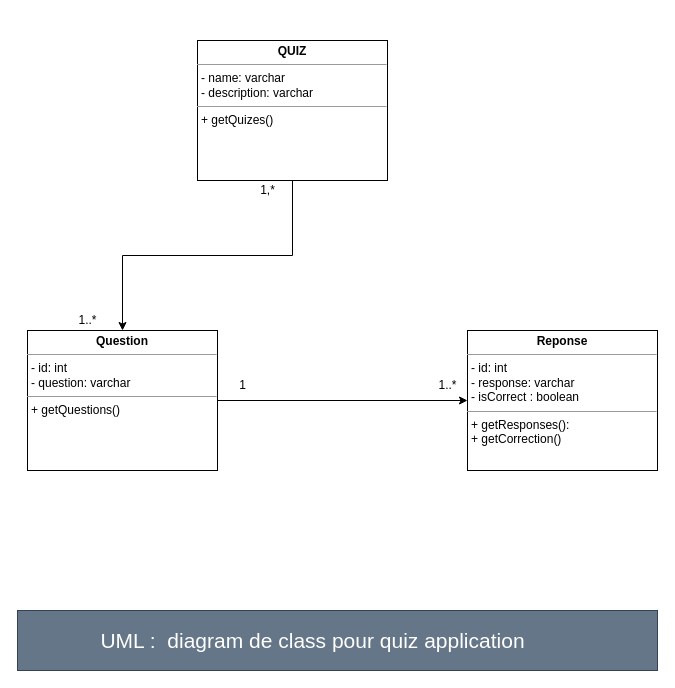
Before: UML/aws-quiziz-uml.drawio in mounirelbakkali1/aws-quiziz, a draw.io diagram. Source tidied: cells renumbered, new cells numbered last; positions are measured from the earlier drawing's top-left corner, leaving out a move shared by most shapes. Both pictures are drawn from the tidied source at 100%, with x=0, y=0 at pixel (17, 40).
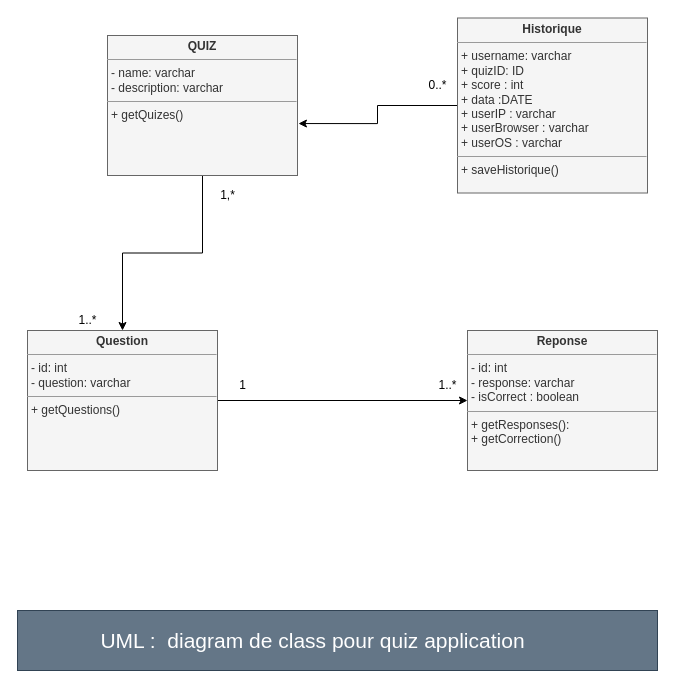
After the change.

Commit message (it also covers changes not shown here):
added historique of quizes passed

The edit, as a diff of the source:
```diff
@@
 <mxGraphModel>
   <root>
     <mxCell id="0" />
     <mxCell id="1" parent="0" />
-    <mxCell id="2" style="edgeStyle=orthogonalEdgeStyle;rounded=0;jettySize=auto;html=1;" parent="1" edge="1" source="3" target="5">
+    <mxCell id="2" style="edgeStyle=orthogonalEdgeStyle;rounded=0;jettySize=auto;html=1;entryX=0.5;entryY=0;entryDx=0;entryDy=0;" parent="1" edge="1" source="3" target="5">
       <mxGeometry relative="1" as="geometry" />
     </mxCell>
-    <mxCell id="3" value="&lt;p style=&quot;margin:0px;margin-top:4px;text-align:center;&quot;&gt;&lt;b&gt;QUIZ&lt;/b&gt;&lt;/p&gt;&lt;hr size=&quot;1&quot;&gt;&lt;p style=&quot;margin:0px;margin-left:4px;&quot;&gt;- name: varchar&lt;/p&gt;&lt;p style=&quot;margin:0px;margin-left:4px;&quot;&gt;&lt;span style=&quot;background-color: initial;&quot;&gt;- description: varchar&lt;/span&gt;&lt;/p&gt;&lt;hr size=&quot;1&quot;&gt;&lt;p style=&quot;margin:0px;margin-left:4px;&quot;&gt;+ getQuizes()&lt;br&gt;&lt;br&gt;&lt;/p&gt;" style="verticalAlign=top;align=left;overflow=fill;fontSize=12;fontFamily=Helvetica;html=1;rounded=0;shadow=0;comic=0;labelBackgroundColor=none;strokeWidth=1;" parent="1" vertex="1">
-      <mxGeometry x="180" width="190" height="140" as="geometry" />
+    <mxCell id="3" value="&lt;p style=&quot;margin:0px;margin-top:4px;text-align:center;&quot;&gt;&lt;b&gt;QUIZ&lt;/b&gt;&lt;/p&gt;&lt;hr size=&quot;1&quot;&gt;&lt;p style=&quot;margin:0px;margin-left:4px;&quot;&gt;- name: varchar&lt;/p&gt;&lt;p style=&quot;margin:0px;margin-left:4px;&quot;&gt;&lt;span style=&quot;background-color: initial;&quot;&gt;- description: varchar&lt;/span&gt;&lt;/p&gt;&lt;hr size=&quot;1&quot;&gt;&lt;p style=&quot;margin:0px;margin-left:4px;&quot;&gt;+ getQuizes()&lt;br&gt;&lt;br&gt;&lt;/p&gt;" style="verticalAlign=top;align=left;overflow=fill;fontSize=12;fontFamily=Helvetica;html=1;rounded=0;shadow=0;comic=0;labelBackgroundColor=none;strokeWidth=1;fillColor=#f5f5f5;strokeColor=#666666;fontColor=#333333;" parent="1" vertex="1">
+      <mxGeometry x="90" y="-5" width="190" height="140" as="geometry" />
     </mxCell>
     <mxCell id="4" style="edgeStyle=orthogonalEdgeStyle;rounded=0;jettySize=auto;html=1;" parent="1" edge="1" source="5" target="6">
       <mxGeometry relative="1" as="geometry" />
     </mxCell>
-    <mxCell id="5" value="&lt;p style=&quot;margin:0px;margin-top:4px;text-align:center;&quot;&gt;&lt;b&gt;Question&lt;/b&gt;&lt;/p&gt;&lt;hr size=&quot;1&quot;&gt;&lt;p style=&quot;margin:0px;margin-left:4px;&quot;&gt;- id: int&lt;/p&gt;&lt;p style=&quot;margin:0px;margin-left:4px;&quot;&gt;&lt;span style=&quot;background-color: initial;&quot;&gt;- question: varchar&lt;/span&gt;&lt;/p&gt;&lt;hr size=&quot;1&quot;&gt;&lt;p style=&quot;margin:0px;margin-left:4px;&quot;&gt;+ getQuestions()&lt;br&gt;&lt;br&gt;&lt;/p&gt;" style="verticalAlign=top;align=left;overflow=fill;fontSize=12;fontFamily=Helvetica;html=1;rounded=0;shadow=0;comic=0;labelBackgroundColor=none;strokeWidth=1;" parent="1" vertex="1">
+    <mxCell id="5" value="&lt;p style=&quot;margin:0px;margin-top:4px;text-align:center;&quot;&gt;&lt;b&gt;Question&lt;/b&gt;&lt;/p&gt;&lt;hr size=&quot;1&quot;&gt;&lt;p style=&quot;margin:0px;margin-left:4px;&quot;&gt;- id: int&lt;/p&gt;&lt;p style=&quot;margin:0px;margin-left:4px;&quot;&gt;&lt;span style=&quot;background-color: initial;&quot;&gt;- question: varchar&lt;/span&gt;&lt;/p&gt;&lt;hr size=&quot;1&quot;&gt;&lt;p style=&quot;margin:0px;margin-left:4px;&quot;&gt;+ getQuestions()&lt;br&gt;&lt;br&gt;&lt;/p&gt;" style="verticalAlign=top;align=left;overflow=fill;fontSize=12;fontFamily=Helvetica;html=1;rounded=0;shadow=0;comic=0;labelBackgroundColor=none;strokeWidth=1;fillColor=#f5f5f5;fontColor=#333333;strokeColor=#666666;" parent="1" vertex="1">
       <mxGeometry x="10" y="290" width="190" height="140" as="geometry" />
     </mxCell>
-    <mxCell id="6" value="&lt;p style=&quot;margin:0px;margin-top:4px;text-align:center;&quot;&gt;&lt;b&gt;Reponse&lt;/b&gt;&lt;/p&gt;&lt;hr size=&quot;1&quot;&gt;&lt;p style=&quot;margin:0px;margin-left:4px;&quot;&gt;- id: int&lt;/p&gt;&lt;p style=&quot;margin:0px;margin-left:4px;&quot;&gt;&lt;span style=&quot;background-color: initial;&quot;&gt;- response: varchar&lt;/span&gt;&lt;/p&gt;&lt;p style=&quot;margin:0px;margin-left:4px;&quot;&gt;&lt;span style=&quot;background-color: initial;&quot;&gt;- isCorrect : boolean&lt;/span&gt;&lt;/p&gt;&lt;hr size=&quot;1&quot;&gt;&lt;p style=&quot;margin:0px;margin-left:4px;&quot;&gt;+ getResponses():&lt;br&gt;+ getCorrection()&lt;/p&gt;" style="verticalAlign=top;align=left;overflow=fill;fontSize=12;fontFamily=Helvetica;html=1;rounded=0;shadow=0;comic=0;labelBackgroundColor=none;strokeWidth=1;" parent="1" vertex="1">
+    <mxCell id="6" value="&lt;p style=&quot;margin:0px;margin-top:4px;text-align:center;&quot;&gt;&lt;b&gt;Reponse&lt;/b&gt;&lt;/p&gt;&lt;hr size=&quot;1&quot;&gt;&lt;p style=&quot;margin:0px;margin-left:4px;&quot;&gt;- id: int&lt;/p&gt;&lt;p style=&quot;margin:0px;margin-left:4px;&quot;&gt;&lt;span style=&quot;background-color: initial;&quot;&gt;- response: varchar&lt;/span&gt;&lt;/p&gt;&lt;p style=&quot;margin:0px;margin-left:4px;&quot;&gt;&lt;span style=&quot;background-color: initial;&quot;&gt;- isCorrect : boolean&lt;/span&gt;&lt;/p&gt;&lt;hr size=&quot;1&quot;&gt;&lt;p style=&quot;margin:0px;margin-left:4px;&quot;&gt;+ getResponses():&lt;br&gt;+ getCorrection()&lt;/p&gt;" style="verticalAlign=top;align=left;overflow=fill;fontSize=12;fontFamily=Helvetica;html=1;rounded=0;shadow=0;comic=0;labelBackgroundColor=none;strokeWidth=1;fillColor=#f5f5f5;fontColor=#333333;strokeColor=#666666;" parent="1" vertex="1">
       <mxGeometry x="450" y="290" width="190" height="140" as="geometry" />
     </mxCell>
     <mxCell id="7" value="1,*&lt;br&gt;" style="text;html=1;align=center;verticalAlign=middle;strokeColor=none;fillColor=none;" parent="1" vertex="1">
-      <mxGeometry x="230" y="135" width="40" height="30" as="geometry" />
+      <mxGeometry x="190" y="140" width="40" height="30" as="geometry" />
     </mxCell>
     <mxCell id="8" value="1" style="text;html=1;align=center;verticalAlign=middle;strokeColor=none;fillColor=none;" parent="1" vertex="1">
       <mxGeometry x="210" y="330" width="30" height="30" as="geometry" />
     </mxCell>
     <mxCell id="9" value="1..*" style="text;html=1;align=center;verticalAlign=middle;strokeColor=none;fillColor=none;" parent="1" vertex="1">
       <mxGeometry x="410" y="330" width="40" height="30" as="geometry" />
     </mxCell>
     <mxCell id="10" value="1..*" style="text;html=1;align=center;verticalAlign=middle;strokeColor=none;fillColor=none;" parent="1" vertex="1">
       <mxGeometry x="50" y="265" width="40" height="30" as="geometry" />
     </mxCell>
     <mxCell id="11" style="rounded=0;whiteSpace=wrap;html=1;fillColor=#647687;strokeColor=#314354;fontColor=#ffffff;" parent="1" vertex="1">
       <mxGeometry y="570" width="640" height="60" as="geometry" />
     </mxCell>
     <mxCell id="12" value="&lt;font color=&quot;#ffffff&quot; style=&quot;font-size: 21px;&quot;&gt;UML :&amp;nbsp; diagram de class pour quiz application&lt;/font&gt;" style="text;html=1;align=center;verticalAlign=middle;strokeColor=none;fillColor=none;" parent="1" vertex="1">
       <mxGeometry x="70" y="580" width="450" height="40" as="geometry" />
     </mxCell>
+    <mxCell id="13" style="edgeStyle=orthogonalEdgeStyle;rounded=0;jettySize=auto;html=1;entryX=1.005;entryY=0.629;entryDx=0;entryDy=0;entryPerimeter=0;" parent="1" edge="1" source="14" target="3">
+      <mxGeometry relative="1" as="geometry" />
+    </mxCell>
+    <mxCell id="14" value="&lt;p style=&quot;margin:0px;margin-top:4px;text-align:center;&quot;&gt;&lt;b&gt;Historique&lt;/b&gt;&lt;/p&gt;&lt;hr size=&quot;1&quot;&gt;&lt;p style=&quot;margin:0px;margin-left:4px;&quot;&gt;+ username: varchar&lt;/p&gt;&lt;p style=&quot;margin:0px;margin-left:4px;&quot;&gt;&lt;span style=&quot;background-color: initial;&quot;&gt;+ quizID: ID&lt;/span&gt;&lt;/p&gt;&lt;p style=&quot;margin:0px;margin-left:4px;&quot;&gt;&lt;span style=&quot;background-color: initial;&quot;&gt;+ score : int&lt;/span&gt;&lt;/p&gt;&lt;p style=&quot;margin:0px;margin-left:4px;&quot;&gt;&lt;span style=&quot;background-color: initial;&quot;&gt;+ data :DATE&lt;/span&gt;&lt;/p&gt;&lt;p style=&quot;margin:0px;margin-left:4px;&quot;&gt;&lt;span style=&quot;background-color: initial;&quot;&gt;+ userIP : varchar&lt;/span&gt;&lt;/p&gt;&lt;p style=&quot;margin:0px;margin-left:4px;&quot;&gt;+ userBrowser : varchar&lt;span style=&quot;background-color: initial;&quot;&gt;&lt;br&gt;&lt;/span&gt;&lt;/p&gt;&lt;p style=&quot;margin:0px;margin-left:4px;&quot;&gt;+ userOS : varchar&lt;br&gt;&lt;/p&gt;&lt;hr size=&quot;1&quot;&gt;&lt;p style=&quot;margin:0px;margin-left:4px;&quot;&gt;+ saveHistorique()&lt;br&gt;&lt;br&gt;&lt;/p&gt;" style="verticalAlign=top;align=left;overflow=fill;fontSize=12;fontFamily=Helvetica;html=1;rounded=0;shadow=0;comic=0;labelBackgroundColor=none;strokeWidth=1;fillColor=#f5f5f5;fontColor=#333333;strokeColor=#666666;" parent="1" vertex="1">
+      <mxGeometry x="440" y="-22.5" width="190" height="175" as="geometry" />
+    </mxCell>
+    <mxCell id="15" value="0..*" style="text;html=1;align=center;verticalAlign=middle;strokeColor=none;fillColor=none;" parent="1" vertex="1">
+      <mxGeometry x="400" y="30" width="40" height="30" as="geometry" />
+    </mxCell>
   </root>
 </mxGraphModel>
```
